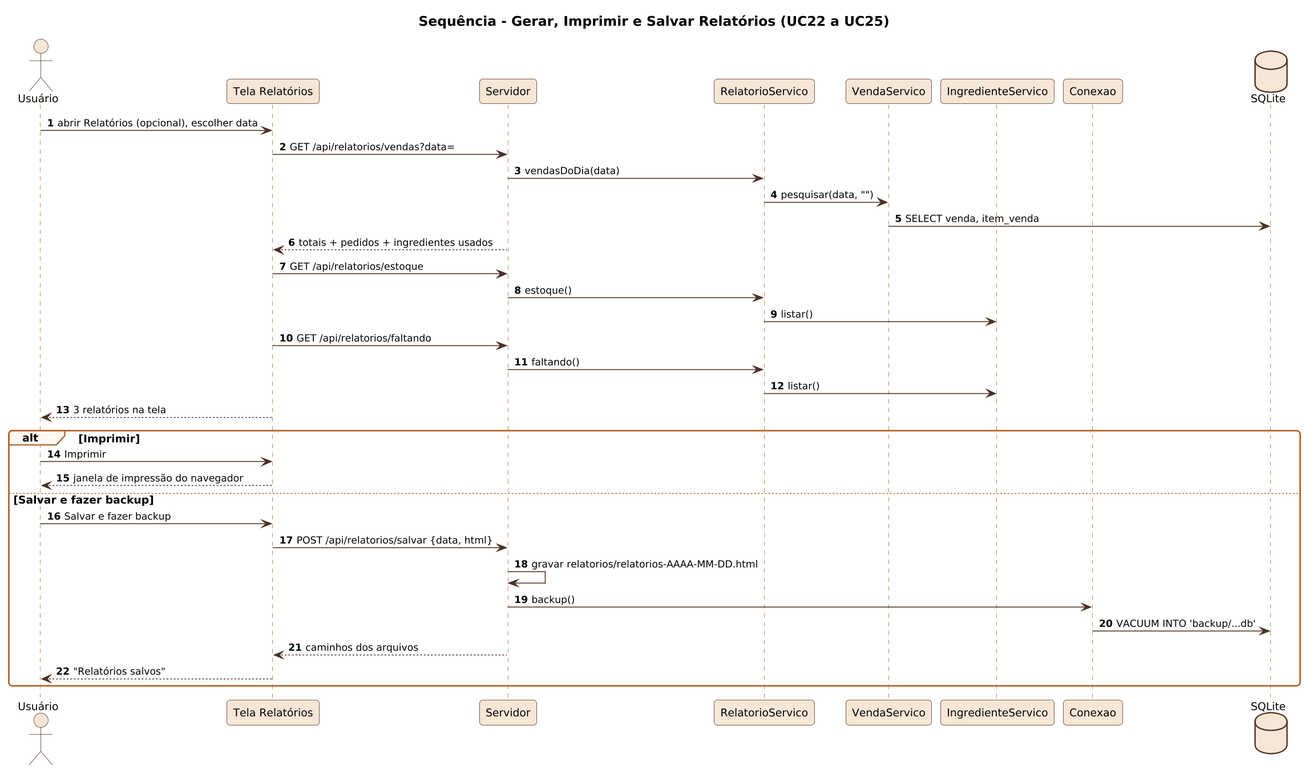
Hallff/ConfeitaSys keeps this PlantUML diagram as docs/diagramas/png/S15_seq_relatorios.png. Above is the earlier version. Its diagram source:
```plantuml
@startuml
!include _seq.iuml
title Sequência - Gerar, Imprimir e Salvar Relatórios (UC22 a UC25)
actor Usuário as U
participant "Tela Relatórios" as T
participant Servidor as S
participant RelatorioServico as RS
participant VendaServico as VS
participant IngredienteServico as IS
participant Conexao as C
database SQLite as DB
U -> T : abrir Relatórios (opcional), escolher data
T -> S : GET /api/relatorios/vendas?data=
S -> RS : vendasDoDia(data)
RS -> VS : pesquisar(data, "")
VS -> DB : SELECT venda, item_venda
S --> T : totais + pedidos + ingredientes usados
T -> S : GET /api/relatorios/estoque
S -> RS : estoque()
RS -> IS : listar()
T -> S : GET /api/relatorios/faltando
S -> RS : faltando()
RS -> IS : listar()
T --> U : 3 relatórios na tela
alt Imprimir
  U -> T : Imprimir
  T --> U : janela de impressão do navegador
else Salvar e fazer backup
  U -> T : Salvar e fazer backup
  T -> S : POST /api/relatorios/salvar {data, html}
  S -> S : gravar relatorios/relatorios-AAAA-MM-DD.html
  S -> C : backup()
  C -> DB : VACUUM INTO 'backup/...db'
  S --> T : caminhos dos arquivos
  T --> U : "Relatórios salvos"
end
@enduml
```
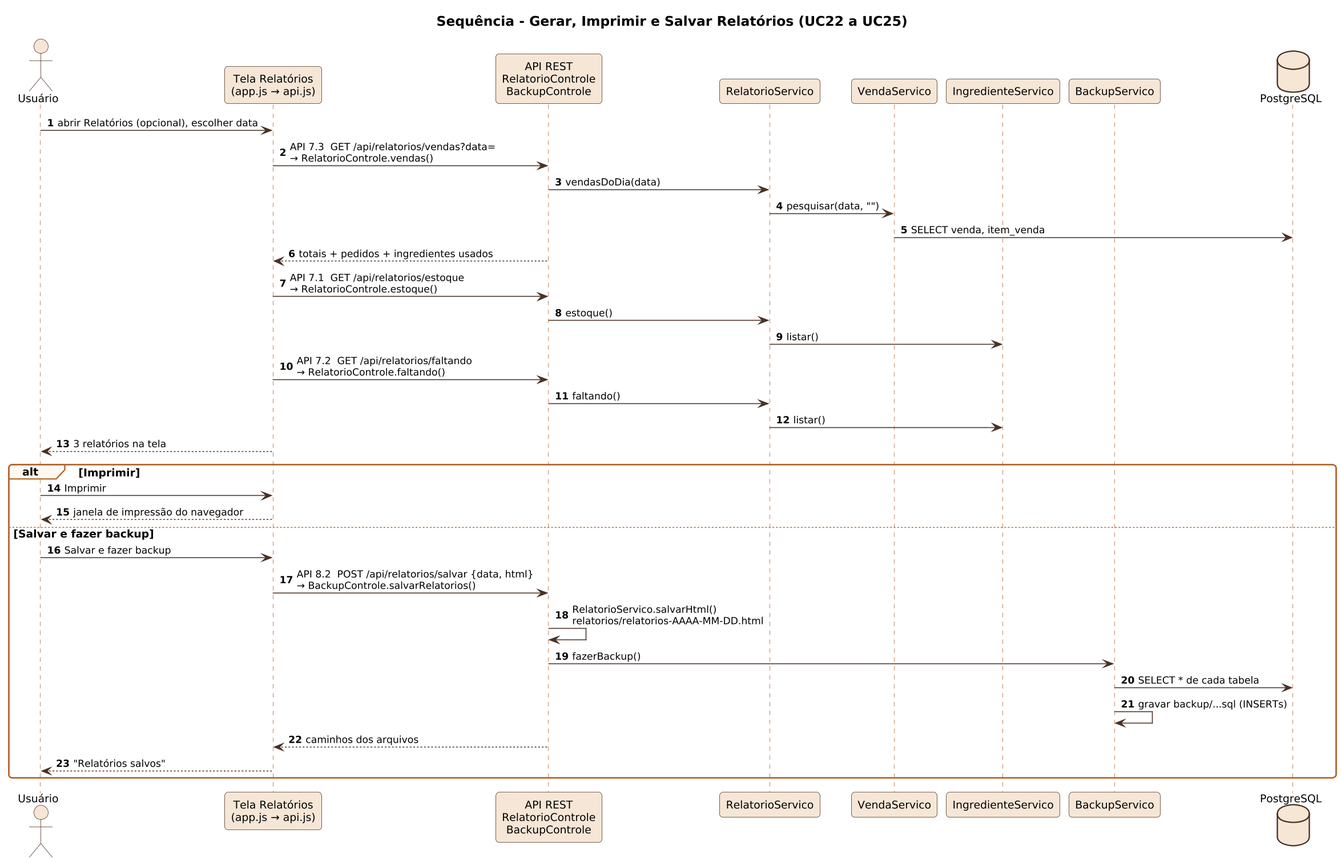
After the commit.

Diff of the diagram source:
```diff
@@ -2,23 +2,23 @@
 !include _seq.iuml
 title Sequência - Gerar, Imprimir e Salvar Relatórios (UC22 a UC25)
 actor Usuário as U
-participant "Tela Relatórios" as T
-participant Servidor as S
+participant "Tela Relatórios\n(app.js → api.js)" as T
+participant "API REST\nRelatorioControle\nBackupControle" as S
 participant RelatorioServico as RS
 participant VendaServico as VS
 participant IngredienteServico as IS
-participant Conexao as C
-database SQLite as DB
+participant BackupServico as C
+database "PostgreSQL" as DB
 U -> T : abrir Relatórios (opcional), escolher data
-T -> S : GET /api/relatorios/vendas?data=
+T -> S : API 7.3  GET /api/relatorios/vendas?data=\n→ RelatorioControle.vendas()
 S -> RS : vendasDoDia(data)
 RS -> VS : pesquisar(data, "")
 VS -> DB : SELECT venda, item_venda
 S --> T : totais + pedidos + ingredientes usados
-T -> S : GET /api/relatorios/estoque
+T -> S : API 7.1  GET /api/relatorios/estoque\n→ RelatorioControle.estoque()
 S -> RS : estoque()
 RS -> IS : listar()
-T -> S : GET /api/relatorios/faltando
+T -> S : API 7.2  GET /api/relatorios/faltando\n→ RelatorioControle.faltando()
 S -> RS : faltando()
 RS -> IS : listar()
 T --> U : 3 relatórios na tela
@@ -27,10 +27,11 @@
   T --> U : janela de impressão do navegador
 else Salvar e fazer backup
   U -> T : Salvar e fazer backup
-  T -> S : POST /api/relatorios/salvar {data, html}
-  S -> S : gravar relatorios/relatorios-AAAA-MM-DD.html
-  S -> C : backup()
-  C -> DB : VACUUM INTO 'backup/...db'
+  T -> S : API 8.2  POST /api/relatorios/salvar {data, html}\n→ BackupControle.salvarRelatorios()
+  S -> S : RelatorioServico.salvarHtml()\nrelatorios/relatorios-AAAA-MM-DD.html
+  S -> C : fazerBackup()
+  C -> DB : SELECT * de cada tabela
+C -> C : gravar backup/...sql (INSERTs)
   S --> T : caminhos dos arquivos
   T --> U : "Relatórios salvos"
 end
```
